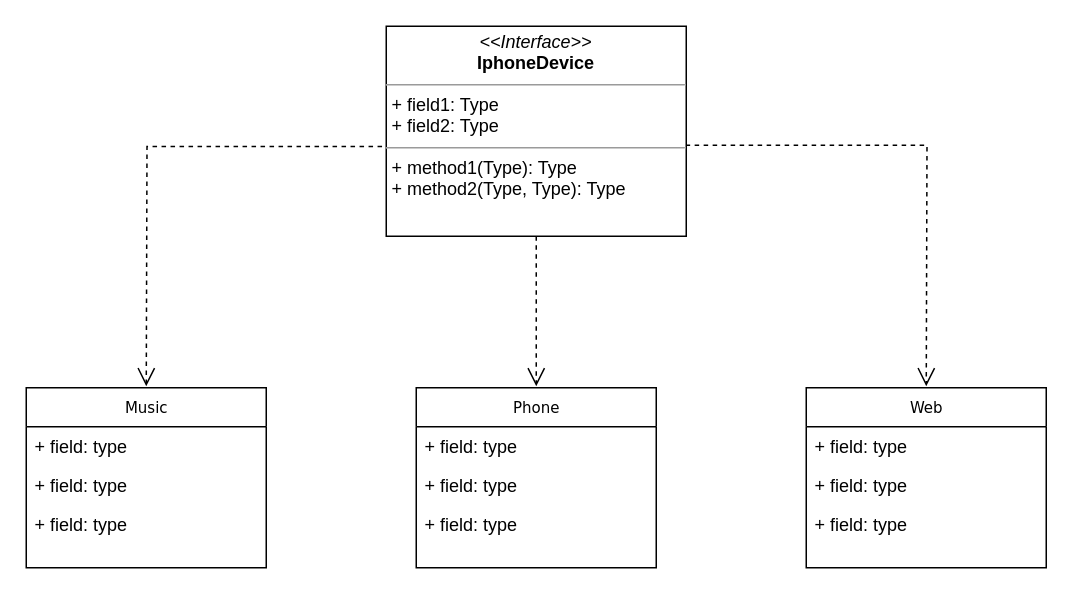
rpassosleandro/projeto-Modelo-Iphone keeps this draw.io diagram as modeloIphone.drawio. Above is the earlier version. Source tidied: cells renumbered, new cells numbered last; positions are measured from the earlier drawing's top-left corner, leaving out a move shared by most shapes. Both pictures are drawn from the tidied source at 150%, with x=0, y=0 at pixel (26, 26).
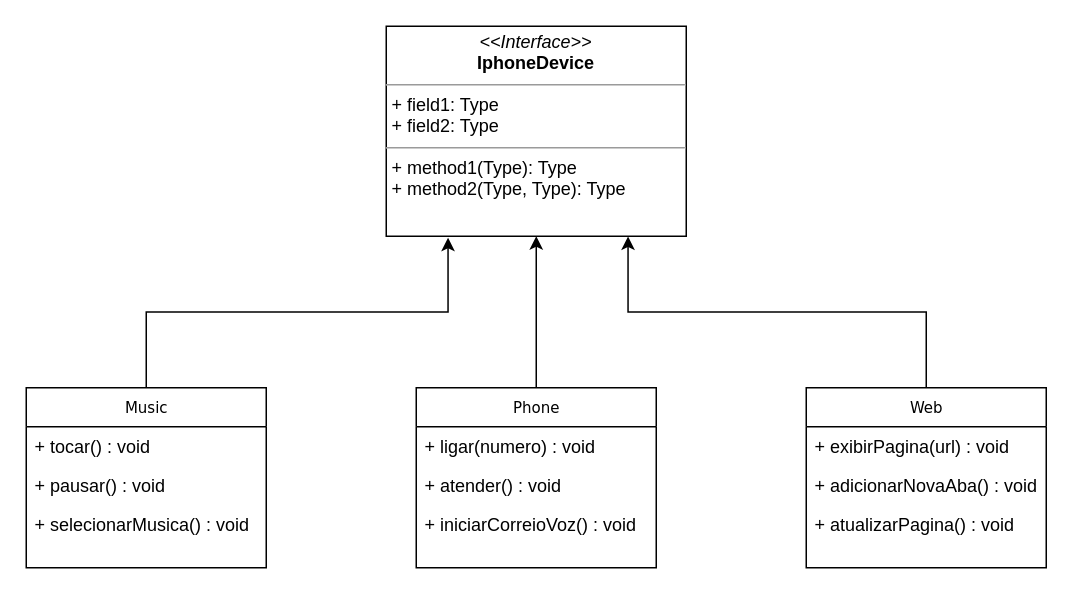
After the change.

Commit message:
Classes e Métodos modeloIphone.drawio

Change to the diagram source:
```diff
@@
 <mxGraphModel>
   <root>
     <mxCell id="0" />
     <mxCell id="1" parent="0" />
     <mxCell id="2" value="Web" style="swimlane;html=1;fontStyle=0;horizontal=1;startSize=26;fillColor=none;swimlaneFillColor=#ffffff;rounded=0;shadow=0;comic=0;labelBackgroundColor=none;strokeWidth=1;fontFamily=Verdana;fontSize=10;align=center;" parent="1" vertex="1">
       <mxGeometry x="520" y="241" width="160" height="120" as="geometry" />
     </mxCell>
-    <mxCell id="3" value="+ field: type" style="text;html=1;strokeColor=none;fillColor=none;align=left;verticalAlign=top;spacingLeft=4;spacingRight=4;whiteSpace=wrap;overflow=hidden;" parent="2" vertex="1">
+    <mxCell id="3" value="+ exibirPagina(url) : void" style="text;html=1;strokeColor=none;fillColor=none;align=left;verticalAlign=top;spacingLeft=4;spacingRight=4;whiteSpace=wrap;overflow=hidden;" parent="2" vertex="1">
       <mxGeometry y="26" width="160" height="26" as="geometry" />
     </mxCell>
-    <mxCell id="4" value="+ field: type" style="text;html=1;strokeColor=none;fillColor=none;align=left;verticalAlign=top;spacingLeft=4;spacingRight=4;whiteSpace=wrap;overflow=hidden;" parent="2" vertex="1">
+    <mxCell id="4" value="+ adicionarNovaAba() : void" style="text;html=1;strokeColor=none;fillColor=none;align=left;verticalAlign=top;spacingLeft=4;spacingRight=4;whiteSpace=wrap;overflow=hidden;" parent="2" vertex="1">
       <mxGeometry y="52" width="160" height="26" as="geometry" />
     </mxCell>
-    <mxCell id="5" value="+ field: type" style="text;html=1;strokeColor=none;fillColor=none;align=left;verticalAlign=top;spacingLeft=4;spacingRight=4;whiteSpace=wrap;overflow=hidden;" parent="2" vertex="1">
+    <mxCell id="5" value="+ atualizarPagina() : void" style="text;html=1;strokeColor=none;fillColor=none;align=left;verticalAlign=top;spacingLeft=4;spacingRight=4;whiteSpace=wrap;overflow=hidden;" parent="2" vertex="1">
       <mxGeometry y="78" width="160" height="26" as="geometry" />
     </mxCell>
-    <mxCell id="6" style="rounded=0;jettySize=auto;html=1;endArrow=open;endFill=0;startFill=0;dashed=1;exitX=0.5;exitY=1;exitDx=0;exitDy=0;endSize=10;" parent="1" edge="1" source="16">
-      <mxGeometry relative="1" as="geometry">
-        <mxPoint x="340" y="240" as="targetPoint" />
-      </mxGeometry>
-    </mxCell>
+    <mxCell id="18" style="edgeStyle=orthogonalEdgeStyle;rounded=0;jettySize=auto;html=1;exitX=0.5;exitY=0;exitDx=0;exitDy=0;entryX=0.5;entryY=1;entryDx=0;entryDy=0;" parent="1" edge="1" source="7" target="16">
+      <mxGeometry relative="1" as="geometry" />
+    </mxCell>
     <mxCell id="7" value="Phone" style="swimlane;html=1;fontStyle=0;horizontal=1;startSize=26;fillColor=none;swimlaneFillColor=#ffffff;rounded=0;shadow=0;comic=0;labelBackgroundColor=none;strokeWidth=1;fontFamily=Verdana;fontSize=10;align=center;" parent="1" vertex="1">
       <mxGeometry x="260" y="241" width="160" height="120" as="geometry" />
     </mxCell>
-    <mxCell id="8" value="+ field: type" style="text;html=1;strokeColor=none;fillColor=none;align=left;verticalAlign=top;spacingLeft=4;spacingRight=4;whiteSpace=wrap;overflow=hidden;" parent="7" vertex="1">
+    <mxCell id="8" value="+ ligar(numero) : void" style="text;html=1;strokeColor=none;fillColor=none;align=left;verticalAlign=top;spacingLeft=4;spacingRight=4;whiteSpace=wrap;overflow=hidden;" parent="7" vertex="1">
       <mxGeometry y="26" width="160" height="26" as="geometry" />
     </mxCell>
-    <mxCell id="9" value="+ field: type" style="text;html=1;strokeColor=none;fillColor=none;align=left;verticalAlign=top;spacingLeft=4;spacingRight=4;whiteSpace=wrap;overflow=hidden;" parent="7" vertex="1">
+    <mxCell id="9" value="+ atender() : void" style="text;html=1;strokeColor=none;fillColor=none;align=left;verticalAlign=top;spacingLeft=4;spacingRight=4;whiteSpace=wrap;overflow=hidden;" parent="7" vertex="1">
       <mxGeometry y="52" width="160" height="26" as="geometry" />
     </mxCell>
-    <mxCell id="10" value="+ field: type" style="text;html=1;strokeColor=none;fillColor=none;align=left;verticalAlign=top;spacingLeft=4;spacingRight=4;whiteSpace=wrap;overflow=hidden;" parent="7" vertex="1">
+    <mxCell id="10" value="+ iniciarCorreioVoz() : void" style="text;html=1;strokeColor=none;fillColor=none;align=left;verticalAlign=top;spacingLeft=4;spacingRight=4;whiteSpace=wrap;overflow=hidden;" parent="7" vertex="1">
       <mxGeometry y="78" width="160" height="42" as="geometry" />
     </mxCell>
     <mxCell id="11" value="Music" style="swimlane;html=1;fontStyle=0;horizontal=1;startSize=26;fillColor=none;swimlaneFillColor=#ffffff;rounded=0;shadow=0;comic=0;labelBackgroundColor=none;strokeWidth=1;fontFamily=Verdana;fontSize=10;align=center;" parent="1" vertex="1">
       <mxGeometry y="241" width="160" height="120" as="geometry" />
     </mxCell>
-    <mxCell id="12" value="+ field: type" style="text;html=1;strokeColor=none;fillColor=none;align=left;verticalAlign=top;spacingLeft=4;spacingRight=4;whiteSpace=wrap;overflow=hidden;" parent="11" vertex="1">
+    <mxCell id="12" value="+ tocar() : void" style="text;html=1;strokeColor=none;fillColor=none;align=left;verticalAlign=top;spacingLeft=4;spacingRight=4;whiteSpace=wrap;overflow=hidden;" parent="11" vertex="1">
       <mxGeometry y="26" width="160" height="26" as="geometry" />
     </mxCell>
-    <mxCell id="13" value="+ field: type" style="text;html=1;strokeColor=none;fillColor=none;align=left;verticalAlign=top;spacingLeft=4;spacingRight=4;whiteSpace=wrap;overflow=hidden;" parent="11" vertex="1">
+    <mxCell id="13" value="+ pausar() : void" style="text;html=1;strokeColor=none;fillColor=none;align=left;verticalAlign=top;spacingLeft=4;spacingRight=4;whiteSpace=wrap;overflow=hidden;" parent="11" vertex="1">
       <mxGeometry y="52" width="160" height="26" as="geometry" />
     </mxCell>
-    <mxCell id="14" value="+ field: type" style="text;html=1;strokeColor=none;fillColor=none;align=left;verticalAlign=top;spacingLeft=4;spacingRight=4;whiteSpace=wrap;overflow=hidden;" parent="11" vertex="1">
+    <mxCell id="14" value="+ selecionarMusica() : void" style="text;html=1;strokeColor=none;fillColor=none;align=left;verticalAlign=top;spacingLeft=4;spacingRight=4;whiteSpace=wrap;overflow=hidden;" parent="11" vertex="1">
       <mxGeometry y="78" width="160" height="26" as="geometry" />
     </mxCell>
-    <mxCell id="15" style="edgeStyle=orthogonalEdgeStyle;rounded=0;html=1;labelBackgroundColor=none;startFill=0;endArrow=open;endFill=0;endSize=10;fontFamily=Verdana;fontSize=10;dashed=1;exitX=0.998;exitY=0.567;exitDx=0;exitDy=0;exitPerimeter=0;" parent="1" edge="1" source="16">
-      <mxGeometry relative="1" as="geometry">
-        <mxPoint x="600" y="240" as="targetPoint" />
-      </mxGeometry>
-    </mxCell>
     <mxCell id="16" value="&lt;p style=&quot;margin:0px;margin-top:4px;text-align:center;&quot;&gt;&lt;i&gt;&amp;lt;&amp;lt;Interface&amp;gt;&amp;gt;&lt;/i&gt;&lt;br&gt;&lt;b&gt;IphoneDevice&lt;/b&gt;&lt;/p&gt;&lt;hr size=&quot;1&quot;&gt;&lt;p style=&quot;margin:0px;margin-left:4px;&quot;&gt;+ field1: Type&lt;br&gt;+ field2: Type&lt;/p&gt;&lt;hr size=&quot;1&quot;&gt;&lt;p style=&quot;margin:0px;margin-left:4px;&quot;&gt;+ method1(Type): Type&lt;br&gt;+ method2(Type, Type): Type&lt;/p&gt;" style="verticalAlign=top;align=left;overflow=fill;fontSize=12;fontFamily=Helvetica;html=1;rounded=0;shadow=0;comic=0;labelBackgroundColor=none;strokeWidth=1;" parent="1" vertex="1">
       <mxGeometry x="240" width="200" height="140" as="geometry" />
     </mxCell>
-    <mxCell id="17" style="rounded=0;jettySize=auto;html=1;endArrow=open;endFill=0;startFill=0;dashed=1;endSize=10;edgeStyle=orthogonalEdgeStyle;exitX=-0.014;exitY=0.573;exitDx=0;exitDy=0;exitPerimeter=0;" parent="1" edge="1" source="16">
-      <mxGeometry relative="1" as="geometry">
-        <mxPoint x="80" y="240" as="targetPoint" />
-      </mxGeometry>
-    </mxCell>
+    <mxCell id="19" style="edgeStyle=orthogonalEdgeStyle;rounded=0;jettySize=auto;html=1;exitX=0.5;exitY=0;exitDx=0;exitDy=0;entryX=0.806;entryY=1.001;entryDx=0;entryDy=0;entryPerimeter=0;" parent="1" edge="1" source="2" target="16">
+      <mxGeometry relative="1" as="geometry" />
+    </mxCell>
+    <mxCell id="20" style="edgeStyle=orthogonalEdgeStyle;rounded=0;jettySize=auto;html=1;exitX=0.5;exitY=0;exitDx=0;exitDy=0;entryX=0.206;entryY=1.007;entryDx=0;entryDy=0;entryPerimeter=0;" parent="1" edge="1" source="11" target="16">
+      <mxGeometry relative="1" as="geometry" />
+    </mxCell>
   </root>
 </mxGraphModel>
```
